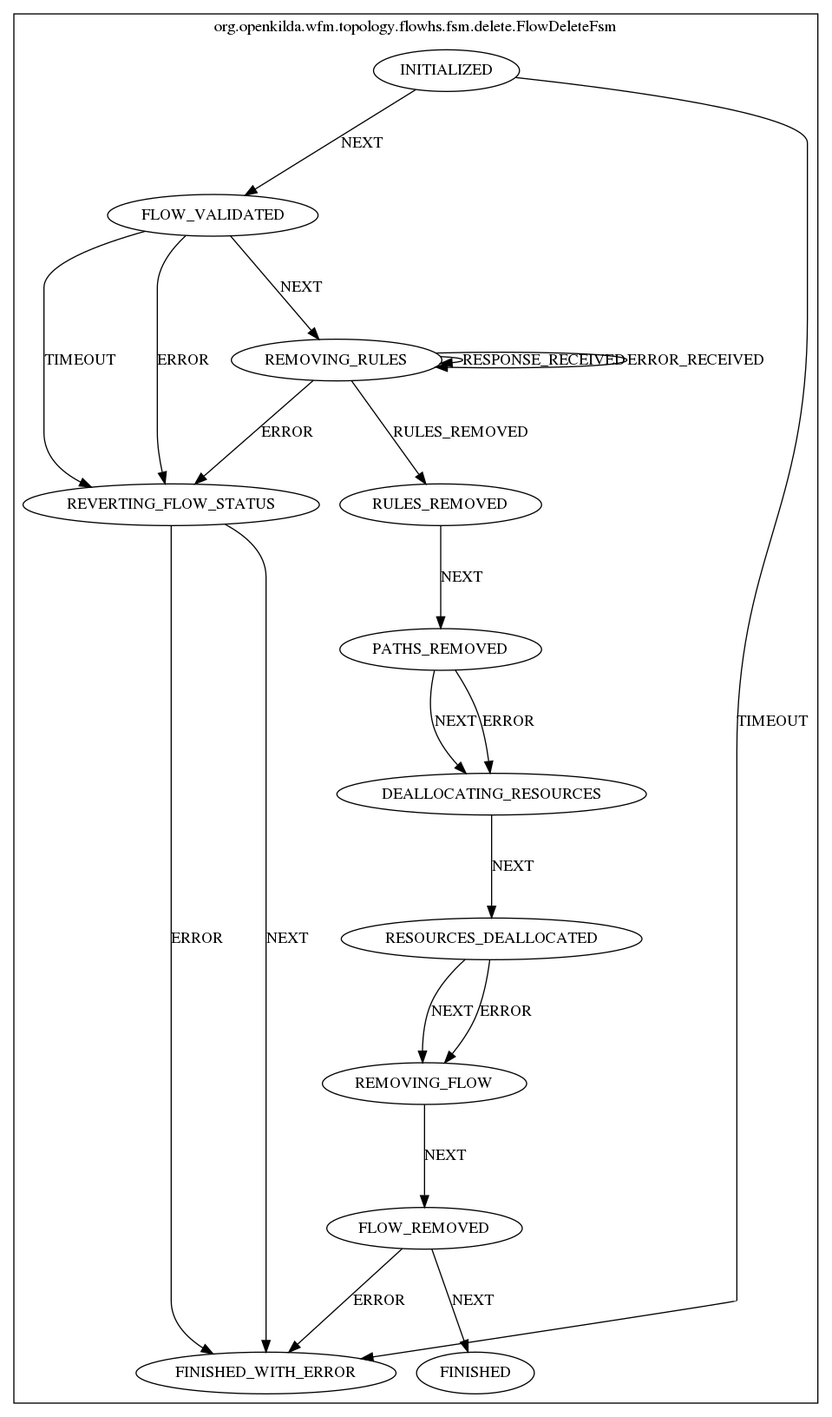
The Graphviz diagram docs/design/hub-and-spoke/crud/delete/flow-delete-fsm.png in telstra/open-kilda, before a commit. Its source is kept beside it as docs/design/hub-and-spoke/crud/delete/flow-delete-fsm.dot. The source it was exported from:
```dot
digraph {
compound=true;
subgraph cluster_StateMachine {
label="org.openkilda.wfm.topology.flowhs.fsm.delete.FlowDeleteFsm";
REVERTING_FLOW_STATUS [label="REVERTING_FLOW_STATUS"];
RULES_REMOVED [label="RULES_REMOVED"];
DEALLOCATING_RESOURCES [label="DEALLOCATING_RESOURCES"];
RESOURCES_DEALLOCATED [label="RESOURCES_DEALLOCATED"];
FINISHED [label="FINISHED"];
INITIALIZED [label="INITIALIZED"];
FINISHED_WITH_ERROR [label="FINISHED_WITH_ERROR"];
PATHS_REMOVED [label="PATHS_REMOVED"];
REMOVING_FLOW [label="REMOVING_FLOW"];
FLOW_REMOVED [label="FLOW_REMOVED"];
FLOW_VALIDATED [label="FLOW_VALIDATED"];
REMOVING_RULES [label="REMOVING_RULES"];

REVERTING_FLOW_STATUS -> FINISHED_WITH_ERROR [ label="NEXT"];
REVERTING_FLOW_STATUS -> FINISHED_WITH_ERROR [ label="ERROR"];
RULES_REMOVED -> PATHS_REMOVED [ label="NEXT"];
DEALLOCATING_RESOURCES -> RESOURCES_DEALLOCATED [ label="NEXT"];
RESOURCES_DEALLOCATED -> REMOVING_FLOW [ label="NEXT"];
RESOURCES_DEALLOCATED -> REMOVING_FLOW [ label="ERROR"];
INITIALIZED -> FLOW_VALIDATED [ label="NEXT"];
INITIALIZED -> FINISHED_WITH_ERROR [ label="TIMEOUT"];
PATHS_REMOVED -> DEALLOCATING_RESOURCES [ label="NEXT"];
PATHS_REMOVED -> DEALLOCATING_RESOURCES [ label="ERROR"];
REMOVING_FLOW -> FLOW_REMOVED [ label="NEXT"];
FLOW_REMOVED -> FINISHED [ label="NEXT"];
FLOW_REMOVED -> FINISHED_WITH_ERROR [ label="ERROR"];
FLOW_VALIDATED -> REMOVING_RULES [ label="NEXT"];
FLOW_VALIDATED -> REVERTING_FLOW_STATUS [ label="TIMEOUT"];
FLOW_VALIDATED -> REVERTING_FLOW_STATUS [ label="ERROR"];
REMOVING_RULES -> REMOVING_RULES [ label="RESPONSE_RECEIVED"];
REMOVING_RULES -> REMOVING_RULES [ label="ERROR_RECEIVED"];
REMOVING_RULES -> RULES_REMOVED [ label="RULES_REMOVED"];
REMOVING_RULES -> REVERTING_FLOW_STATUS [ label="ERROR"];}}
```
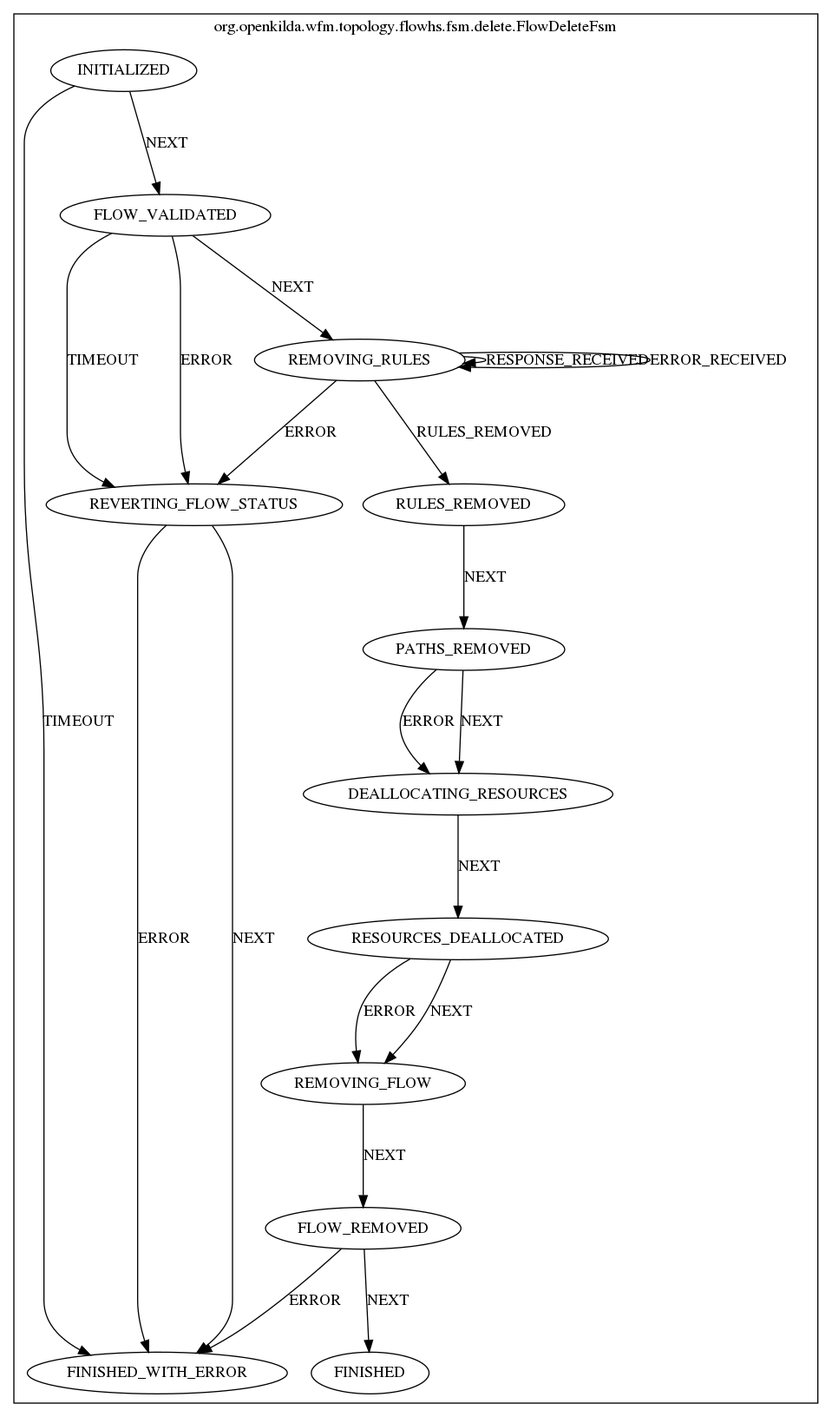
After the change.

What changed in the source:
```diff
@@ -2,36 +2,36 @@
 compound=true;
 subgraph cluster_StateMachine {
 label="org.openkilda.wfm.topology.flowhs.fsm.delete.FlowDeleteFsm";
-REVERTING_FLOW_STATUS [label="REVERTING_FLOW_STATUS"];
+FLOW_REMOVED [label="FLOW_REMOVED"];
+FINISHED [label="FINISHED"];
+FINISHED_WITH_ERROR [label="FINISHED_WITH_ERROR"];
+REMOVING_FLOW [label="REMOVING_FLOW"];
+FLOW_VALIDATED [label="FLOW_VALIDATED"];
 RULES_REMOVED [label="RULES_REMOVED"];
+INITIALIZED [label="INITIALIZED"];
+PATHS_REMOVED [label="PATHS_REMOVED"];
 DEALLOCATING_RESOURCES [label="DEALLOCATING_RESOURCES"];
 RESOURCES_DEALLOCATED [label="RESOURCES_DEALLOCATED"];
-FINISHED [label="FINISHED"];
-INITIALIZED [label="INITIALIZED"];
-FINISHED_WITH_ERROR [label="FINISHED_WITH_ERROR"];
-PATHS_REMOVED [label="PATHS_REMOVED"];
-REMOVING_FLOW [label="REMOVING_FLOW"];
-FLOW_REMOVED [label="FLOW_REMOVED"];
-FLOW_VALIDATED [label="FLOW_VALIDATED"];
 REMOVING_RULES [label="REMOVING_RULES"];
+REVERTING_FLOW_STATUS [label="REVERTING_FLOW_STATUS"];
 
-REVERTING_FLOW_STATUS -> FINISHED_WITH_ERROR [ label="NEXT"];
-REVERTING_FLOW_STATUS -> FINISHED_WITH_ERROR [ label="ERROR"];
+FLOW_REMOVED -> FINISHED [ label="NEXT"];
+FLOW_REMOVED -> FINISHED_WITH_ERROR [ label="ERROR"];
+REMOVING_FLOW -> FLOW_REMOVED [ label="NEXT"];
+FLOW_VALIDATED -> REMOVING_RULES [ label="NEXT"];
+FLOW_VALIDATED -> REVERTING_FLOW_STATUS [ label="TIMEOUT"];
+FLOW_VALIDATED -> REVERTING_FLOW_STATUS [ label="ERROR"];
 RULES_REMOVED -> PATHS_REMOVED [ label="NEXT"];
-DEALLOCATING_RESOURCES -> RESOURCES_DEALLOCATED [ label="NEXT"];
-RESOURCES_DEALLOCATED -> REMOVING_FLOW [ label="NEXT"];
-RESOURCES_DEALLOCATED -> REMOVING_FLOW [ label="ERROR"];
 INITIALIZED -> FLOW_VALIDATED [ label="NEXT"];
 INITIALIZED -> FINISHED_WITH_ERROR [ label="TIMEOUT"];
 PATHS_REMOVED -> DEALLOCATING_RESOURCES [ label="NEXT"];
 PATHS_REMOVED -> DEALLOCATING_RESOURCES [ label="ERROR"];
-REMOVING_FLOW -> FLOW_REMOVED [ label="NEXT"];
-FLOW_REMOVED -> FINISHED [ label="NEXT"];
-FLOW_REMOVED -> FINISHED_WITH_ERROR [ label="ERROR"];
-FLOW_VALIDATED -> REMOVING_RULES [ label="NEXT"];
-FLOW_VALIDATED -> REVERTING_FLOW_STATUS [ label="TIMEOUT"];
-FLOW_VALIDATED -> REVERTING_FLOW_STATUS [ label="ERROR"];
+DEALLOCATING_RESOURCES -> RESOURCES_DEALLOCATED [ label="NEXT"];
+RESOURCES_DEALLOCATED -> REMOVING_FLOW [ label="NEXT"];
+RESOURCES_DEALLOCATED -> REMOVING_FLOW [ label="ERROR"];
 REMOVING_RULES -> REMOVING_RULES [ label="RESPONSE_RECEIVED"];
 REMOVING_RULES -> REMOVING_RULES [ label="ERROR_RECEIVED"];
 REMOVING_RULES -> RULES_REMOVED [ label="RULES_REMOVED"];
-REMOVING_RULES -> REVERTING_FLOW_STATUS [ label="ERROR"];}}
+REMOVING_RULES -> REVERTING_FLOW_STATUS [ label="ERROR"];
+REVERTING_FLOW_STATUS -> FINISHED_WITH_ERROR [ label="NEXT"];
+REVERTING_FLOW_STATUS -> FINISHED_WITH_ERROR [ label="ERROR"];}}
```
